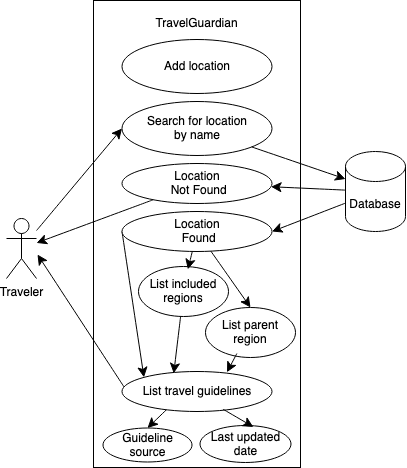
Before: docs/images/ViewingGuidelines.png, a diagram exported from draw.io (SedriaRenee/SWEN732-Group6). Source tidied: cells renumbered, new cells last; positions are measured from the earlier drawing's top-left corner, leaving out a move shared by most shapes.
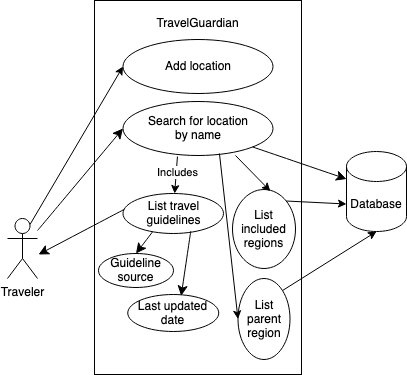
The same file after the commit.

Commit message:
fixed use cases

Change to the diagram source:
```diff
@@ -6,7 +6,7 @@
       <mxGeometry y="218" width="30" height="60" as="geometry" />
     </mxCell>
     <mxCell id="3" style="rounded=0;whiteSpace=wrap;html=1;" parent="1" vertex="1">
-      <mxGeometry x="87" width="207" height="467" as="geometry" />
+      <mxGeometry x="87" width="207" height="374" as="geometry" />
     </mxCell>
     <mxCell id="4" value="TravelGuardian" style="text;html=1;align=center;verticalAlign=middle;whiteSpace=wrap;rounded=0;" parent="1" vertex="1">
       <mxGeometry x="126" y="6" width="129" height="33" as="geometry" />
@@ -15,14 +15,8 @@
       <mxGeometry x="115.5" y="101" width="150" height="54" as="geometry" />
     </mxCell>
     <mxCell id="6" value="List included regions" style="ellipse;whiteSpace=wrap;html=1;" parent="1" vertex="1">
-      <mxGeometry x="132" y="266" width="90" height="50" as="geometry" />
+      <mxGeometry x="225" y="189" width="63" height="79" as="geometry" />
     </mxCell>
-    <mxCell id="7" style="edgeStyle=none;curved=1;rounded=0;jettySize=auto;html=1;entryX=1;entryY=0.5;entryDx=0;entryDy=0;fontSize=12;startSize=8;endSize=8;" parent="1" edge="1" source="9" target="13">
-      <mxGeometry relative="1" as="geometry" />
-    </mxCell>
-    <mxCell id="8" style="edgeStyle=none;curved=1;rounded=0;jettySize=auto;html=1;fontSize=12;startSize=8;endSize=8;" parent="1" edge="1" source="9" target="26">
-      <mxGeometry relative="1" as="geometry" />
-    </mxCell>
     <mxCell id="9" value="Database" style="shape=cylinder3;whiteSpace=wrap;html=1;boundedLbl=1;backgroundOutline=1;size=15;" parent="1" vertex="1">
       <mxGeometry x="339" y="151" width="60" height="80" as="geometry" />
     </mxCell>
@@ -32,57 +26,52 @@
     <mxCell id="11" style="edgeStyle=none;curved=1;rounded=0;jettySize=auto;html=1;entryX=0;entryY=0.5;entryDx=0;entryDy=0;fontSize=12;startSize=8;endSize=8;" parent="1" edge="1" source="2" target="5">
       <mxGeometry relative="1" as="geometry" />
     </mxCell>
-    <mxCell id="12" style="edgeStyle=none;curved=1;rounded=0;jettySize=auto;html=1;entryX=0;entryY=0;entryDx=0;entryDy=0;fontSize=12;startSize=8;endSize=8;exitX=0;exitY=0.5;exitDx=0;exitDy=0;" parent="1" edge="1" source="13" target="19">
-      <mxGeometry relative="1" as="geometry" />
-    </mxCell>
-    <mxCell id="13" value="&lt;div&gt;Location&lt;/div&gt;&amp;nbsp;Found" style="ellipse;whiteSpace=wrap;html=1;" parent="1" vertex="1">
-      <mxGeometry x="115.5" y="211" width="150" height="40" as="geometry" />
-    </mxCell>
     <mxCell id="14" value="List parent region" style="ellipse;whiteSpace=wrap;html=1;" parent="1" vertex="1">
-      <mxGeometry x="199" y="307" width="90" height="50" as="geometry" />
+      <mxGeometry x="230.5" y="278" width="52" height="81" as="geometry" />
     </mxCell>
-    <mxCell id="15" style="edgeStyle=none;curved=1;rounded=0;jettySize=auto;html=1;entryX=0.549;entryY=0.058;entryDx=0;entryDy=0;entryPerimeter=0;fontSize=12;startSize=8;endSize=8;" parent="1" edge="1" source="13" target="6">
-      <mxGeometry relative="1" as="geometry" />
-    </mxCell>
-    <mxCell id="16" style="edgeStyle=none;curved=1;rounded=0;jettySize=auto;html=1;entryX=0.5;entryY=0;entryDx=0;entryDy=0;fontSize=12;startSize=8;endSize=8;" parent="1" edge="1" source="13" target="14">
-      <mxGeometry relative="1" as="geometry" />
-    </mxCell>
-    <mxCell id="17" style="edgeStyle=none;curved=1;rounded=0;jettySize=auto;html=1;fontSize=12;startSize=8;endSize=8;exitX=0.015;exitY=0.394;exitDx=0;exitDy=0;exitPerimeter=0;" parent="1" edge="1" source="19">
-      <mxGeometry relative="1" as="geometry">
-        <mxPoint x="31" y="254" as="targetPoint" />
-      </mxGeometry>
-    </mxCell>
     <mxCell id="18" style="edgeStyle=none;curved=1;rounded=0;jettySize=auto;html=1;entryX=0.5;entryY=0;entryDx=0;entryDy=0;fontSize=12;startSize=8;endSize=8;exitX=0.311;exitY=0.903;exitDx=0;exitDy=0;exitPerimeter=0;" parent="1" edge="1" source="19" target="22">
       <mxGeometry relative="1" as="geometry" />
     </mxCell>
     <mxCell id="19" value="List travel guidelines" style="ellipse;whiteSpace=wrap;html=1;" parent="1" vertex="1">
-      <mxGeometry x="115.5" y="371" width="150" height="40" as="geometry" />
+      <mxGeometry x="115.5" y="193" width="100.5" height="40" as="geometry" />
     </mxCell>
-    <mxCell id="20" style="edgeStyle=none;curved=1;rounded=0;jettySize=auto;html=1;entryX=0.345;entryY=0.047;entryDx=0;entryDy=0;entryPerimeter=0;fontSize=12;startSize=8;endSize=8;" parent="1" edge="1" source="6" target="19">
-      <mxGeometry relative="1" as="geometry" />
-    </mxCell>
-    <mxCell id="21" style="edgeStyle=none;curved=1;rounded=0;jettySize=auto;html=1;entryX=0.7;entryY=0.019;entryDx=0;entryDy=0;entryPerimeter=0;fontSize=12;startSize=8;endSize=8;" parent="1" edge="1" target="19">
-      <mxGeometry relative="1" as="geometry">
-        <mxPoint x="230.4" y="353" as="sourcePoint" />
-      </mxGeometry>
-    </mxCell>
-    <mxCell id="22" value="Guideline source" style="ellipse;whiteSpace=wrap;html=1;" parent="1" vertex="1">
-      <mxGeometry x="96.5" y="427.5" width="89" height="34" as="geometry" />
-    </mxCell>
     <mxCell id="23" value="Last updated date" style="ellipse;whiteSpace=wrap;html=1;" parent="1" vertex="1">
-      <mxGeometry x="193.5" y="425" width="91" height="37" as="geometry" />
+      <mxGeometry x="120.2" y="294" width="91" height="37" as="geometry" />
     </mxCell>
     <mxCell id="24" style="edgeStyle=none;curved=1;rounded=0;jettySize=auto;html=1;entryX=0.587;entryY=0.039;entryDx=0;entryDy=0;fontSize=12;startSize=8;endSize=8;exitX=0.674;exitY=0.944;exitDx=0;exitDy=0;exitPerimeter=0;entryPerimeter=0;" parent="1" edge="1" source="19" target="23">
       <mxGeometry relative="1" as="geometry" />
     </mxCell>
-    <mxCell id="25" style="edgeStyle=none;curved=1;rounded=0;jettySize=auto;html=1;fontSize=12;startSize=8;endSize=8;" parent="1" edge="1" source="26" target="2">
-      <mxGeometry relative="1" as="geometry" />
-    </mxCell>
-    <mxCell id="26" value="&lt;div&gt;Location&lt;/div&gt;&amp;nbsp;Not Found" style="ellipse;whiteSpace=wrap;html=1;" parent="1" vertex="1">
-      <mxGeometry x="115.5" y="163" width="150" height="40" as="geometry" />
-    </mxCell>
     <mxCell id="27" value="Add location" style="ellipse;whiteSpace=wrap;html=1;" parent="1" vertex="1">
       <mxGeometry x="115.5" y="39" width="150" height="54" as="geometry" />
     </mxCell>
+    <mxCell id="28" style="endArrow=classic;html=1;rounded=0;entryX=0;entryY=0.5;entryDx=0;entryDy=0;exitX=0.75;exitY=0.1;exitDx=0;exitDy=0;exitPerimeter=0;" parent="1" edge="1" source="2" target="27">
+      <mxGeometry relative="1" as="geometry" />
+    </mxCell>
+    <mxCell id="22" value="Guideline source" style="ellipse;whiteSpace=wrap;html=1;" parent="1" vertex="1">
+      <mxGeometry x="91" y="253" width="75" height="34" as="geometry" />
+    </mxCell>
+    <mxCell id="17" style="edgeStyle=none;curved=1;rounded=0;jettySize=auto;html=1;fontSize=12;startSize=8;endSize=8;exitX=0.015;exitY=0.394;exitDx=0;exitDy=0;exitPerimeter=0;" parent="1" edge="1" source="19">
+      <mxGeometry relative="1" as="geometry">
+        <mxPoint x="31" y="254" as="targetPoint" />
+      </mxGeometry>
+    </mxCell>
+    <mxCell id="29" style="endArrow=classic;html=1;rounded=0;exitX=1;exitY=0;exitDx=0;exitDy=0;entryX=0;entryY=0;entryDx=0;entryDy=52.5;entryPerimeter=0;" parent="1" edge="1" source="6" target="9">
+      <mxGeometry relative="1" as="geometry" />
+    </mxCell>
+    <mxCell id="30" style="endArrow=classic;html=1;rounded=0;exitX=1;exitY=0;exitDx=0;exitDy=0;entryX=0.5;entryY=1;entryDx=0;entryDy=0;entryPerimeter=0;" parent="1" edge="1" source="14" target="9">
+      <mxGeometry relative="1" as="geometry" />
+    </mxCell>
+    <mxCell id="31" style="endArrow=classic;html=1;rounded=0;exitX=0.363;exitY=1.019;exitDx=0;exitDy=0;exitPerimeter=0;" parent="1" edge="1" source="5" target="19">
+      <mxGeometry relative="1" as="geometry" />
+    </mxCell>
+    <mxCell id="32" value="Includes" style="edgeLabel;html=1;align=center;verticalAlign=middle;" parent="31" vertex="1">
+      <mxGeometry x="-0.19" y="1" relative="1" as="geometry" />
+    </mxCell>
+    <mxCell id="33" style="endArrow=classic;html=1;rounded=0;exitX=0.75;exitY=1;exitDx=0;exitDy=0;entryX=0.6;entryY=0.02;entryDx=0;entryDy=0;entryPerimeter=0;exitPerimeter=0;" parent="1" edge="1" source="5" target="6">
+      <mxGeometry relative="1" as="geometry" />
+    </mxCell>
+    <mxCell id="34" style="endArrow=classic;html=1;rounded=0;exitX=0.643;exitY=0.963;exitDx=0;exitDy=0;entryX=0;entryY=0.5;entryDx=0;entryDy=0;exitPerimeter=0;" parent="1" edge="1" source="5" target="14">
+      <mxGeometry relative="1" as="geometry" />
+    </mxCell>
   </root>
 </mxGraphModel>
```
